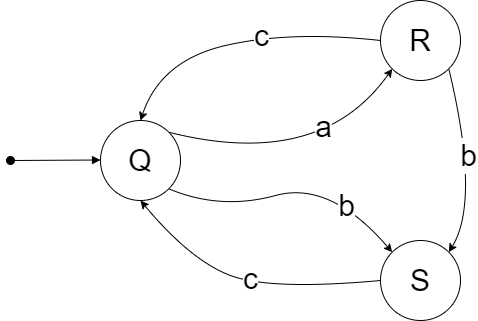
Ribisl/Entwurf-von-Echtzeitsystemen---Fragensammlung keeps this draw.io diagram as images/KA160322/5a.png. Above is the earlier version. Source tidied: cells renumbered, new cells last; positions are measured from the earlier drawing's top-left corner, leaving out a move shared by most shapes.
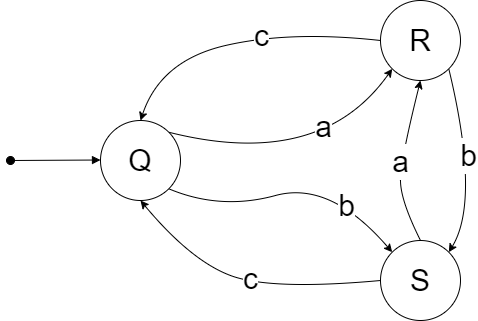
After the change.

The edit, as a diff of the source:
```diff
@@ -70,5 +70,13 @@
     <mxCell id="15" value="b" style="edgeLabel;html=1;align=center;verticalAlign=middle;fontSize=30;" parent="14" vertex="1">
       <mxGeometry x="-0.1" y="-1" relative="1" as="geometry" />
     </mxCell>
+    <mxCell id="16" value="a" style="curved=1;endArrow=classic;html=1;rounded=0;fontSize=30;exitX=0.5;exitY=0;exitDx=0;exitDy=0;entryX=0.5;entryY=1;entryDx=0;entryDy=0;" parent="1" edge="1" source="4" target="3">
+      <mxGeometry relative="1" as="geometry">
+        <Array as="points">
+          <mxPoint x="390" y="200" />
+          <mxPoint x="390" y="160" />
+        </Array>
+      </mxGeometry>
+    </mxCell>
   </root>
 </mxGraphModel>
```
